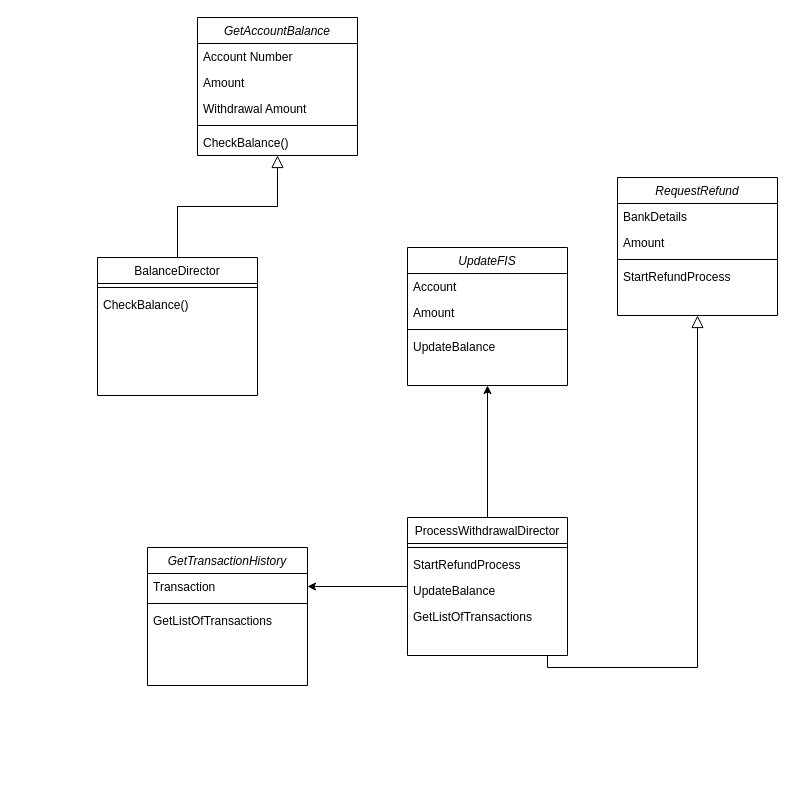
Above: CashWithdrawalsClassDiagram.drawio in mattwatts36/drawings (draw.io), before the change. Source tidied: cells renumbered, new cells numbered last; positions are measured from the earlier drawing's top-left corner, leaving out a move shared by most shapes. Both pictures are drawn from the tidied source at 100%, with x=0, y=0 at pixel (97, 17).
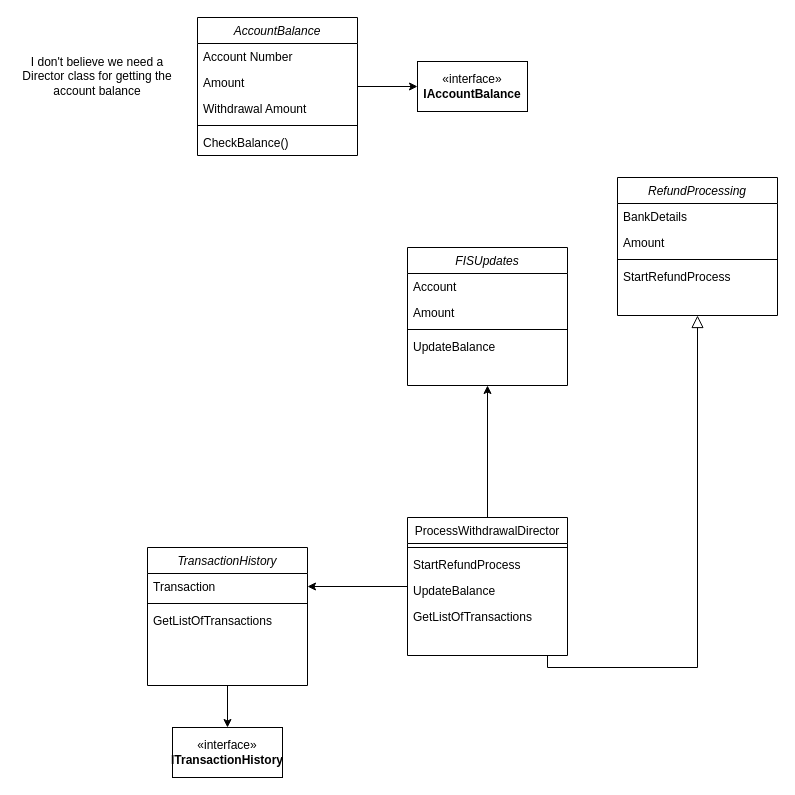
Above is the later version.

What changed in the source:
```diff
@@
+    <mxCell id="34" style="edgeStyle=orthogonalEdgeStyle;rounded=0;jettySize=auto;html=1;" parent="1" edge="1" source="2" target="38">
+      <mxGeometry relative="1" as="geometry" />
+    </mxCell>
-    <mxCell id="2" value="GetAccountBalance" style="swimlane;fontStyle=2;align=center;verticalAlign=top;horizontal=1;startSize=26;rounded=0;shadow=0;strokeWidth=1;" parent="1" vertex="1">
+    <mxCell id="2" value="AccountBalance" style="swimlane;fontStyle=2;align=center;verticalAlign=top;horizontal=1;startSize=26;rounded=0;shadow=0;strokeWidth=1;" parent="1" vertex="1">
       <mxGeometry x="100" width="160" height="138" as="geometry" />
     </mxCell>
@@
-    <mxCell id="8" value="BalanceDirector" style="swimlane;fontStyle=0;align=center;verticalAlign=top;horizontal=1;startSize=26;rounded=0;shadow=0;strokeWidth=1;" parent="1" vertex="1">
-      <mxGeometry y="240" width="160" height="138" as="geometry" />
-    </mxCell>
-    <mxCell id="9" style="line;html=1;strokeWidth=1;align=left;verticalAlign=middle;spacingTop=-1;spacingLeft=3;spacingRight=3;labelPosition=right;" parent="8" vertex="1">
-      <mxGeometry y="26" width="160" height="8" as="geometry" />
-    </mxCell>
-    <mxCell id="10" value="CheckBalance()" style="text;align=left;verticalAlign=top;spacingLeft=4;spacingRight=4;overflow=hidden;" parent="8" vertex="1">
-      <mxGeometry y="34" width="160" height="26" as="geometry" />
-    </mxCell>
-    <mxCell id="11" style="endArrow=block;endSize=10;endFill=0;shadow=0;strokeWidth=1;rounded=0;edgeStyle=elbowEdgeStyle;elbow=vertical;" parent="1" edge="1" source="8" target="2">
-      <mxGeometry relative="1" as="geometry" />
-    </mxCell>
-    <mxCell id="12" value="RequestRefund" style="swimlane;fontStyle=2;align=center;verticalAlign=top;horizontal=1;startSize=26;rounded=0;shadow=0;strokeWidth=1;" parent="1" vertex="1">
+    <mxCell id="12" value="RefundProcessing" style="swimlane;fontStyle=2;align=center;verticalAlign=top;horizontal=1;startSize=26;rounded=0;shadow=0;strokeWidth=1;" parent="1" vertex="1">
       <mxGeometry x="520" y="160" width="160" height="138" as="geometry" />
     </mxCell>
@@
-    <mxCell id="25" value="UpdateFIS" style="swimlane;fontStyle=2;align=center;verticalAlign=top;horizontal=1;startSize=26;rounded=0;shadow=0;strokeWidth=1;" parent="1" vertex="1">
+    <mxCell id="25" value="FISUpdates" style="swimlane;fontStyle=2;align=center;verticalAlign=top;horizontal=1;startSize=26;rounded=0;shadow=0;strokeWidth=1;" parent="1" vertex="1">
       <mxGeometry x="310" y="230" width="160" height="138" as="geometry" />
     </mxCell>
@@
+    <mxCell id="35" style="edgeStyle=orthogonalEdgeStyle;rounded=0;jettySize=auto;html=1;" parent="1" edge="1" source="30" target="36">
+      <mxGeometry relative="1" as="geometry" />
+    </mxCell>
-    <mxCell id="30" value="GetTransactionHistory" style="swimlane;fontStyle=2;align=center;verticalAlign=top;horizontal=1;startSize=26;rounded=0;shadow=0;strokeWidth=1;" parent="1" vertex="1">
+    <mxCell id="30" value="TransactionHistory" style="swimlane;fontStyle=2;align=center;verticalAlign=top;horizontal=1;startSize=26;rounded=0;shadow=0;strokeWidth=1;" parent="1" vertex="1">
       <mxGeometry x="50" y="530" width="160" height="138" as="geometry" />
     </mxCell>
@@
+    <mxCell id="36" value="«interface»&lt;br&gt;&lt;b&gt;ITransactionHistory&lt;/b&gt;" style="html=1;whiteSpace=wrap;" parent="1" vertex="1">
+      <mxGeometry x="75" y="710" width="110" height="50" as="geometry" />
+    </mxCell>
+    <mxCell id="37" value="I don't believe we need a Director class for getting the account balance" style="text;html=1;strokeColor=none;fillColor=none;align=center;verticalAlign=middle;whiteSpace=wrap;rounded=0;" parent="1" vertex="1">
+      <mxGeometry x="-80" y="44" width="160" height="30" as="geometry" />
+    </mxCell>
+    <mxCell id="38" value="«interface»&lt;br&gt;&lt;b&gt;IAccountBalance&lt;/b&gt;" style="html=1;whiteSpace=wrap;" parent="1" vertex="1">
+      <mxGeometry x="320" y="44" width="110" height="50" as="geometry" />
+    </mxCell>
```
